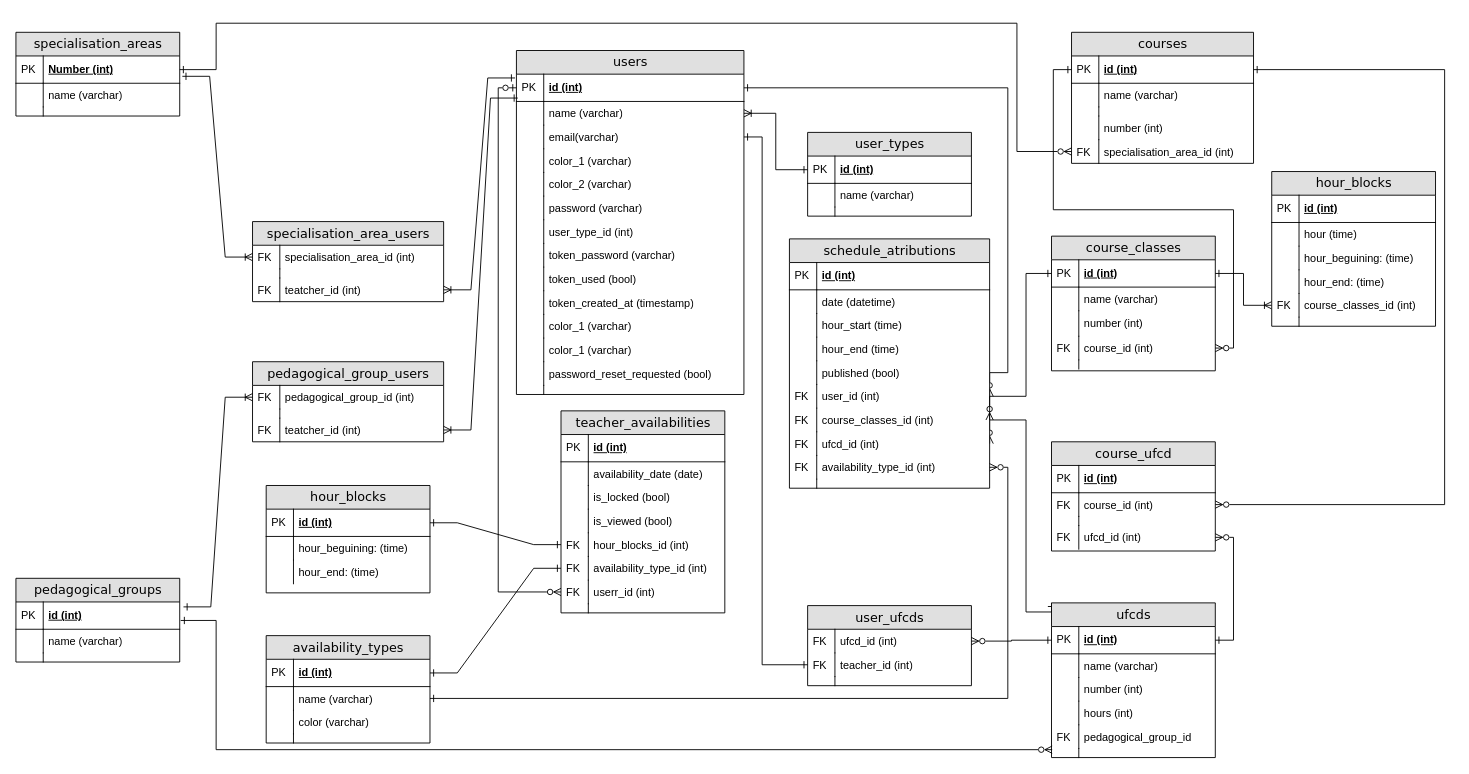
The draw.io diagram Documentação/Arquitetura de Sistema - gráficos/Modelo de Dados V2.drawio in LaggyMcLagg/Agile-Wing, before the edit. Source tidied: cells renumbered, new cells numbered last; positions are measured from the earlier drawing's top-left corner, leaving out a move shared by most shapes. Both pictures are drawn from the tidied source at 91%, with x=0, y=0 at pixel (15, 23).
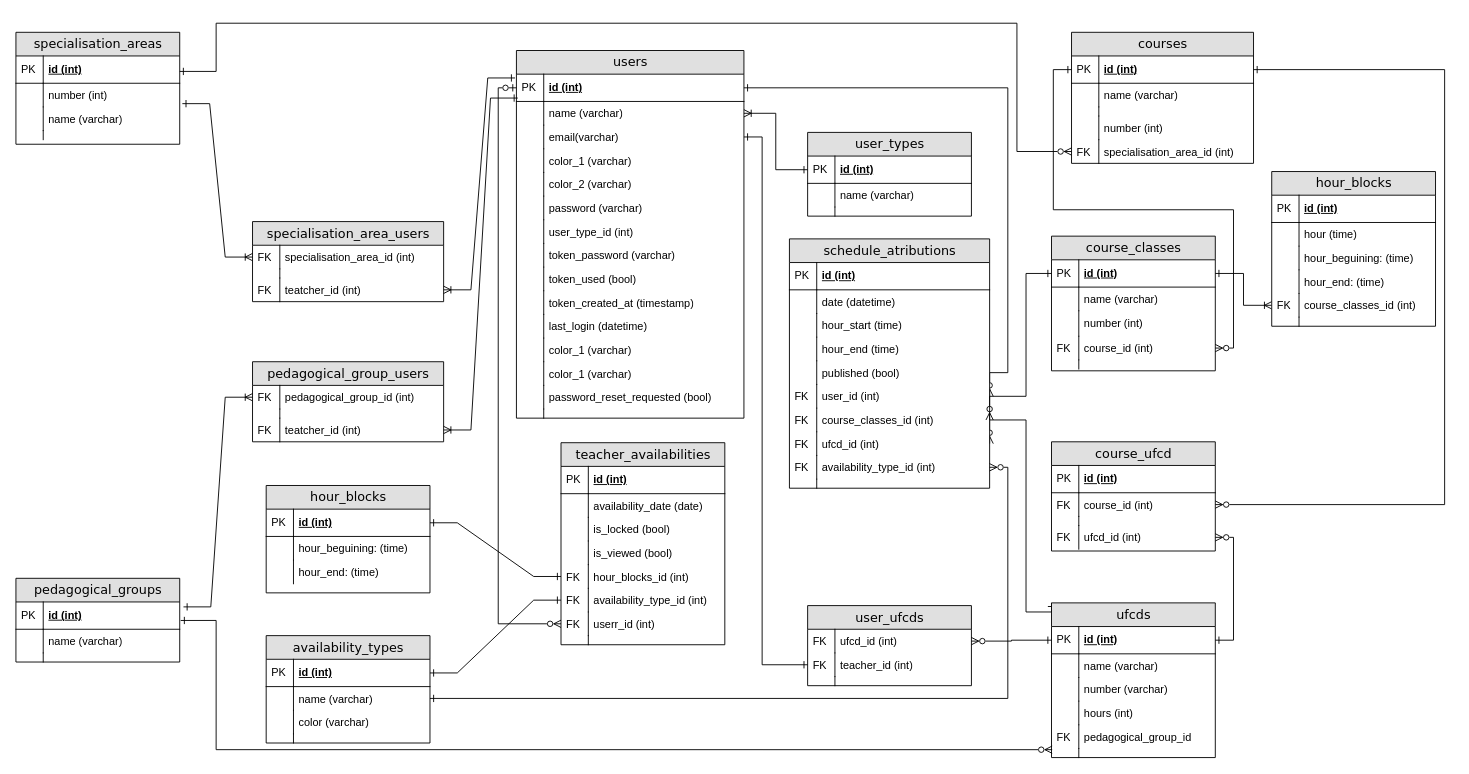
After the change.

Commit message (it also covers changes not shown here):
Actualização diagramas de arquitetura

The change refers to these unchanged cells:
```xml
<mxCell id="11" value="specialisation_area_id (int)" style="shape=partialRectangle;top=0;left=0;right=0;bottom=0;html=1;align=left;verticalAlign=top;fillColor=none;spacingLeft=34;spacingRight=4;whiteSpace=wrap;overflow=hidden;points=[[0,0.5],[1,0.5]];portConstraint=eastwest;" parent="2" vertex="1">
  <mxGeometry y="118" width="200" height="26" as="geometry" />
</mxCell>
<mxCell id="61" value="ufcds" style="swimlane;html=1;fontStyle=0;horizontal=1;startSize=26;fillColor=#e0e0e0;swimlaneFillColor=#ffffff;align=center;rounded=0;shadow=0;comic=0;labelBackgroundColor=none;strokeWidth=1;fontFamily=Verdana;fontSize=14;" parent="1" vertex="1">
  <mxGeometry x="1138" y="637" width="180" height="170" as="geometry" />
</mxCell>
<mxCell id="140" value="specialisation_area_id (int)" style="shape=partialRectangle;top=0;left=0;right=0;bottom=0;html=1;align=left;verticalAlign=top;fillColor=none;spacingLeft=34;spacingRight=4;whiteSpace=wrap;overflow=hidden;points=[[0,0.5],[1,0.5]];portConstraint=eastwest;" parent="139" vertex="1">
  <mxGeometry y="26" width="210" height="26" as="geometry" />
</mxCell>
```

What changed in the source:
```diff
@@
     <mxCell id="20" value="users" style="swimlane;html=1;fontStyle=0;horizontal=1;startSize=26;fillColor=#e0e0e0;swimlaneFillColor=#ffffff;align=center;rounded=0;shadow=0;comic=0;labelBackgroundColor=none;strokeWidth=1;fontFamily=Verdana;fontSize=14;" parent="1" vertex="1">
-      <mxGeometry x="550" y="30" width="250" height="378" as="geometry" />
+      <mxGeometry x="550" y="30" width="250" height="404" as="geometry" />
     </mxCell>
@@
+    <mxCell id="205" value="last_login (datetime)" style="shape=partialRectangle;top=0;left=0;right=0;bottom=0;html=1;align=left;verticalAlign=top;fillColor=none;spacingLeft=34;spacingRight=4;whiteSpace=wrap;overflow=hidden;" parent="20" vertex="1">
+      <mxGeometry y="290" width="250" height="26" as="geometry" />
+    </mxCell>
+    <mxCell id="206" style="shape=partialRectangle;top=0;left=0;bottom=0;html=1;fillColor=none;align=left;verticalAlign=top;spacingLeft=4;spacingRight=4;whiteSpace=wrap;overflow=hidden;" parent="205" vertex="1">
+      <mxGeometry width="30" height="26" as="geometry" />
+    </mxCell>
     <mxCell id="41" value="color_1 (varchar)" style="shape=partialRectangle;top=0;left=0;right=0;bottom=0;html=1;align=left;verticalAlign=top;fillColor=none;spacingLeft=34;spacingRight=4;whiteSpace=wrap;overflow=hidden;" parent="20" vertex="1">
-      <mxGeometry y="290" width="250" height="26" as="geometry" />
+      <mxGeometry y="316" width="250" height="26" as="geometry" />
     </mxCell>
@@
     <mxCell id="43" value="color_1 (varchar)" style="shape=partialRectangle;top=0;left=0;right=0;bottom=0;html=1;align=left;verticalAlign=top;fillColor=none;spacingLeft=34;spacingRight=4;whiteSpace=wrap;overflow=hidden;" parent="20" vertex="1">
-      <mxGeometry y="316" width="250" height="26" as="geometry" />
+      <mxGeometry y="342" width="250" height="26" as="geometry" />
     </mxCell>
@@
     <mxCell id="45" value="password_reset_requested (bool)" style="shape=partialRectangle;top=0;left=0;right=0;bottom=0;html=1;align=left;verticalAlign=top;fillColor=none;spacingLeft=34;spacingRight=4;whiteSpace=wrap;overflow=hidden;" parent="20" vertex="1">
-      <mxGeometry y="342" width="250" height="26" as="geometry" />
+      <mxGeometry y="368" width="250" height="26" as="geometry" />
     </mxCell>
@@
     <mxCell id="47" style="shape=partialRectangle;top=0;left=0;right=0;bottom=0;html=1;align=left;verticalAlign=top;fillColor=none;spacingLeft=34;spacingRight=4;whiteSpace=wrap;overflow=hidden;" parent="20" vertex="1">
-      <mxGeometry y="368" width="250" height="10" as="geometry" />
+      <mxGeometry y="394" width="250" height="10" as="geometry" />
     </mxCell>
@@
-    <mxCell id="66" value="number (int)" style="shape=partialRectangle;top=0;left=0;right=0;bottom=0;html=1;align=left;verticalAlign=top;fillColor=none;spacingLeft=34;spacingRight=4;whiteSpace=wrap;overflow=hidden;" parent="61" vertex="1">
+    <mxCell id="66" value="number (varchar)" style="shape=partialRectangle;top=0;left=0;right=0;bottom=0;html=1;align=left;verticalAlign=top;fillColor=none;spacingLeft=34;spacingRight=4;whiteSpace=wrap;overflow=hidden;" parent="61" vertex="1">
       <mxGeometry y="82" width="180" height="26" as="geometry" />
     </mxCell>
@@
     <mxCell id="74" value="teacher_availabilities" style="swimlane;html=1;fontStyle=0;horizontal=1;startSize=26;fillColor=#e0e0e0;swimlaneFillColor=#ffffff;align=center;rounded=0;shadow=0;comic=0;labelBackgroundColor=none;strokeWidth=1;fontFamily=Verdana;fontSize=14;" parent="1" vertex="1">
-      <mxGeometry x="599" y="426" width="180" height="222" as="geometry" />
+      <mxGeometry x="599" y="461" width="180" height="222" as="geometry" />
     </mxCell>
@@
     <mxCell id="125" value="specialisation_areas" style="swimlane;html=1;fontStyle=0;horizontal=1;startSize=26;fillColor=#e0e0e0;swimlaneFillColor=#ffffff;align=center;rounded=0;shadow=0;comic=0;labelBackgroundColor=none;strokeWidth=1;fontFamily=Verdana;fontSize=14;" parent="1" vertex="1">
-      <mxGeometry y="10" width="180" height="92" as="geometry" />
+      <mxGeometry y="10" width="180" height="123" as="geometry" />
     </mxCell>
-    <mxCell id="126" value="Number (int)" style="shape=partialRectangle;top=0;left=0;right=0;bottom=1;html=1;align=left;verticalAlign=middle;fillColor=none;spacingLeft=34;spacingRight=4;whiteSpace=wrap;overflow=hidden;points=[[0,0.5],[1,0.5]];portConstraint=eastwest;fontStyle=5;" parent="125" vertex="1">
-      <mxGeometry y="26" width="180" height="30" as="geometry" />
-    </mxCell>
+    <mxCell id="207" value="id  (int)" style="shape=partialRectangle;top=0;left=0;right=0;bottom=1;html=1;align=left;verticalAlign=middle;fillColor=none;spacingLeft=34;spacingRight=4;whiteSpace=wrap;overflow=hidden;fontStyle=5;" parent="125" vertex="1">
+      <mxGeometry y="26" width="180" height="30" as="geometry" />
+    </mxCell>
-    <mxCell id="127" value="PK" style="shape=partialRectangle;top=0;left=0;bottom=0;html=1;fillColor=none;align=left;verticalAlign=middle;spacingLeft=4;spacingRight=4;whiteSpace=wrap;overflow=hidden;" parent="126" vertex="1">
+    <mxCell id="127" value="PK" style="shape=partialRectangle;top=0;left=0;bottom=0;html=1;fillColor=none;align=left;verticalAlign=middle;spacingLeft=4;spacingRight=4;whiteSpace=wrap;overflow=hidden;" parent="207" vertex="1">
       <mxGeometry width="30" height="30" as="geometry" />
     </mxCell>
+    <mxCell id="208" value="number (int)" style="shape=partialRectangle;top=0;left=0;right=0;bottom=0;html=1;align=left;verticalAlign=top;fillColor=none;spacingLeft=34;spacingRight=4;whiteSpace=wrap;overflow=hidden;" parent="125" vertex="1">
+      <mxGeometry y="56" width="180" height="26" as="geometry" />
+    </mxCell>
+    <mxCell id="209" style="shape=partialRectangle;top=0;left=0;bottom=0;html=1;fillColor=none;align=left;verticalAlign=top;spacingLeft=4;spacingRight=4;whiteSpace=wrap;overflow=hidden;" parent="208" vertex="1">
+      <mxGeometry width="30" height="26" as="geometry" />
+    </mxCell>
     <mxCell id="128" value="name (varchar)" style="shape=partialRectangle;top=0;left=0;right=0;bottom=0;html=1;align=left;verticalAlign=top;fillColor=none;spacingLeft=34;spacingRight=4;whiteSpace=wrap;overflow=hidden;" parent="125" vertex="1">
-      <mxGeometry y="56" width="180" height="26" as="geometry" />
+      <mxGeometry y="82" width="180" height="26" as="geometry" />
     </mxCell>
@@
     <mxCell id="130" style="shape=partialRectangle;top=0;left=0;right=0;bottom=0;html=1;align=left;verticalAlign=top;fillColor=none;spacingLeft=34;spacingRight=4;whiteSpace=wrap;overflow=hidden;" parent="125" vertex="1">
-      <mxGeometry y="82" width="180" height="10" as="geometry" />
+      <mxGeometry y="108" width="180" height="10" as="geometry" />
     </mxCell>
@@
-    <mxCell id="155" style="edgeStyle=entityRelationEdgeStyle;fontSize=12;html=1;endArrow=ERoneToMany;startArrow=ERone;rounded=0;exitX=1.016;exitY=0.745;exitDx=0;exitDy=0;startFill=0;entryX=0;entryY=0.5;entryDx=0;entryDy=0;exitPerimeter=0;" parent="1" edge="1" source="126" target="140">
-      <mxGeometry relative="1" as="geometry" />
+    <mxCell id="155" style="edgeStyle=entityRelationEdgeStyle;fontSize=12;html=1;endArrow=ERoneToMany;startArrow=ERone;rounded=0;exitX=1.016;exitY=0.745;exitDx=0;exitDy=0;startFill=0;entryX=0;entryY=0.5;entryDx=0;entryDy=0;exitPerimeter=0;" parent="1" edge="1" target="140">
+      <mxGeometry relative="1" as="geometry">
+        <mxPoint x="182.9" y="88.4" as="sourcePoint" />
+      </mxGeometry>
     </mxCell>
@@
-    <mxCell id="158" style="edgeStyle=orthogonalEdgeStyle;rounded=0;jettySize=auto;html=1;startArrow=ERone;startFill=0;endArrow=ERzeroToMany;endFill=0;" parent="1" edge="1" source="126" target="11">
+    <mxCell id="158" style="edgeStyle=orthogonalEdgeStyle;rounded=0;jettySize=auto;html=1;startArrow=ERone;startFill=0;endArrow=ERzeroToMany;endFill=0;" parent="1" edge="1" target="11">
       <mxGeometry relative="1" as="geometry">
+        <mxPoint x="180" y="53" as="sourcePoint" />
         <Array as="points">
-          <mxPoint x="220" y="51" />
+          <mxPoint x="220" y="53" />
           <mxPoint x="220" />
           <mxPoint x="1100" />
           <mxPoint x="1100" y="141" />
         </Array>
       </mxGeometry>
     </mxCell>
```
